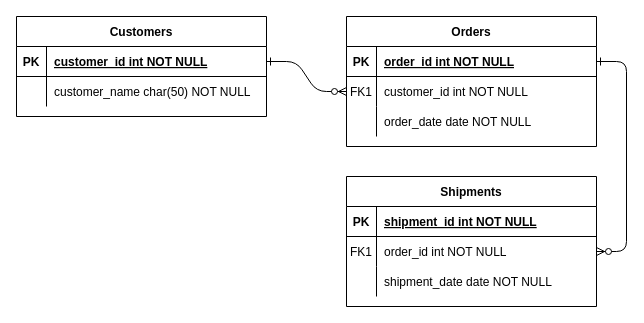
Before: PRock Entity Relations.drawio in AlonBrul/prock-class-registration, a draw.io diagram. Source tidied: cells renumbered, new cells numbered last; positions are measured from the earlier drawing's top-left corner, leaving out a move shared by most shapes. Both pictures are drawn from the tidied source at 100%, with x=0, y=0 at pixel (16, 16).
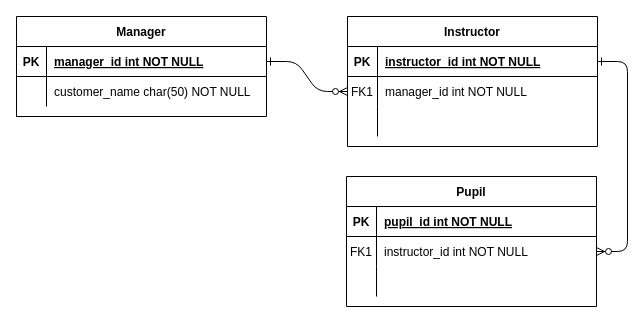
After the change.

Unchanged cells that the change refers to:
```xml
<mxCell id="5" style="shape=partialRectangle;fillColor=none;points=[[0,0.5],[1,0.5]];portConstraint=eastwest;top=0;left=0;right=0;bottom=1;" parent="4" vertex="1">
  <mxGeometry y="30" width="250" height="30" as="geometry" />
</mxCell>
<mxCell id="8" style="shape=partialRectangle;fillColor=none;points=[[0,0.5],[1,0.5]];portConstraint=eastwest;top=0;left=0;right=0;bottom=0;" parent="4" vertex="1">
  <mxGeometry y="60" width="250" height="30" as="geometry" />
</mxCell>
<mxCell id="11" style="shape=partialRectangle;fillColor=none;top=0;left=0;right=0;bottom=0;" parent="4" vertex="1">
  <mxGeometry y="90" width="250" height="30" as="geometry" />
</mxCell>
<mxCell id="15" style="shape=partialRectangle;fillColor=none;top=0;left=0;right=0;bottom=1;" parent="14" vertex="1">
  <mxGeometry y="30" width="250" height="30" as="geometry" />
</mxCell>
<mxCell id="18" style="shape=partialRectangle;fillColor=none;points=[[0,0.5],[1,0.5]];portConstraint=eastwest;top=0;left=0;right=0;bottom=0;" parent="14" vertex="1">
  <mxGeometry y="60" width="250" height="30" as="geometry" />
</mxCell>
<mxCell id="21" style="shape=partialRectangle;fillColor=none;top=0;left=0;right=0;bottom=0;" parent="14" vertex="1">
  <mxGeometry y="90" width="250" height="30" as="geometry" />
</mxCell>
<mxCell id="25" style="shape=partialRectangle;fillColor=none;points=[[0,0.5],[1,0.5]];portConstraint=eastwest;top=0;left=0;right=0;bottom=1;" parent="24" vertex="1">
  <mxGeometry y="30" width="250" height="30" as="geometry" />
</mxCell>
```

Change to the diagram source:
```diff
@@
-    <mxCell id="4" value="Orders" style="shape=table;startSize=30;childLayout=tableLayout;rowLines=0;fontStyle=1;align=center;" parent="1" vertex="1">
-      <mxGeometry x="330" width="250" height="130" as="geometry" />
+    <mxCell id="4" value="Instructor" style="shape=table;startSize=30;childLayout=tableLayout;rowLines=0;fontStyle=1;align=center;" parent="1" vertex="1">
+      <mxGeometry x="331" width="250" height="130" as="geometry" />
     </mxCell>
@@
-    <mxCell id="7" value="order_id int NOT NULL " style="shape=partialRectangle;overflow=hidden;fillColor=none;top=0;left=0;bottom=0;right=0;align=left;spacingLeft=6;fontStyle=5;" parent="5" vertex="1">
+    <mxCell id="7" value="instructor_id int NOT NULL " style="shape=partialRectangle;overflow=hidden;fillColor=none;top=0;left=0;bottom=0;right=0;align=left;spacingLeft=6;fontStyle=5;" parent="5" vertex="1">
       <mxGeometry x="30" width="220" height="30" as="geometry" />
     </mxCell>
@@
-    <mxCell id="10" value="customer_id int NOT NULL" style="shape=partialRectangle;overflow=hidden;fillColor=none;top=0;left=0;bottom=0;right=0;align=left;spacingLeft=6;" parent="8" vertex="1">
+    <mxCell id="10" value="manager_id int NOT NULL" style="shape=partialRectangle;overflow=hidden;fillColor=none;top=0;left=0;bottom=0;right=0;align=left;spacingLeft=6;" parent="8" vertex="1">
       <mxGeometry x="30" width="220" height="30" as="geometry" />
     </mxCell>
@@
-    <mxCell id="13" value="order_date date NOT NULL" style="shape=partialRectangle;overflow=hidden;fillColor=none;top=0;left=0;bottom=0;right=0;align=left;spacingLeft=6;" parent="11" vertex="1">
+    <mxCell id="13" style="shape=partialRectangle;overflow=hidden;fillColor=none;top=0;left=0;bottom=0;right=0;align=left;spacingLeft=6;" parent="11" vertex="1">
       <mxGeometry x="30" width="220" height="30" as="geometry" />
     </mxCell>
-    <mxCell id="14" value="Shipments" style="shape=table;startSize=30;childLayout=tableLayout;rowLines=0;fontStyle=1;align=center;" parent="1" vertex="1">
+    <mxCell id="14" value="Pupil" style="shape=table;startSize=30;childLayout=tableLayout;rowLines=0;fontStyle=1;align=center;" parent="1" vertex="1">
       <mxGeometry x="330" y="160" width="250" height="130" as="geometry" />
     </mxCell>
@@
-    <mxCell id="17" value="shipment_id int NOT NULL " style="shape=partialRectangle;overflow=hidden;fillColor=none;top=0;left=0;bottom=0;right=0;align=left;spacingLeft=6;fontStyle=5;" parent="15" vertex="1">
+    <mxCell id="17" value="pupil_id int NOT NULL " style="shape=partialRectangle;overflow=hidden;fillColor=none;top=0;left=0;bottom=0;right=0;align=left;spacingLeft=6;fontStyle=5;" parent="15" vertex="1">
       <mxGeometry x="30" width="220" height="30" as="geometry" />
     </mxCell>
@@
-    <mxCell id="20" value="order_id int NOT NULL" style="shape=partialRectangle;overflow=hidden;fillColor=none;top=0;left=0;bottom=0;right=0;align=left;spacingLeft=6;" parent="18" vertex="1">
+    <mxCell id="20" value="instructor_id int NOT NULL" style="shape=partialRectangle;overflow=hidden;fillColor=none;top=0;left=0;bottom=0;right=0;align=left;spacingLeft=6;" parent="18" vertex="1">
       <mxGeometry x="30" width="220" height="30" as="geometry" />
     </mxCell>
@@
-    <mxCell id="23" value="shipment_date date NOT NULL" style="shape=partialRectangle;overflow=hidden;fillColor=none;top=0;left=0;bottom=0;right=0;align=left;spacingLeft=6;" parent="21" vertex="1">
+    <mxCell id="23" style="shape=partialRectangle;overflow=hidden;fillColor=none;top=0;left=0;bottom=0;right=0;align=left;spacingLeft=6;" parent="21" vertex="1">
       <mxGeometry x="30" width="220" height="30" as="geometry" />
     </mxCell>
-    <mxCell id="24" value="Customers" style="shape=table;startSize=30;childLayout=tableLayout;rowLines=0;fontStyle=1;align=center;" parent="1" vertex="1">
+    <mxCell id="24" value="Manager" style="shape=table;startSize=30;childLayout=tableLayout;rowLines=0;fontStyle=1;align=center;" parent="1" vertex="1">
       <mxGeometry width="250" height="100" as="geometry" />
     </mxCell>
@@
-    <mxCell id="27" value="customer_id int NOT NULL " style="shape=partialRectangle;overflow=hidden;fillColor=none;top=0;left=0;bottom=0;right=0;align=left;spacingLeft=6;fontStyle=5;" parent="25" vertex="1">
+    <mxCell id="27" value="manager_id int NOT NULL " style="shape=partialRectangle;overflow=hidden;fillColor=none;top=0;left=0;bottom=0;right=0;align=left;spacingLeft=6;fontStyle=5;" parent="25" vertex="1">
       <mxGeometry x="30" width="220" height="30" as="geometry" />
     </mxCell>
```
